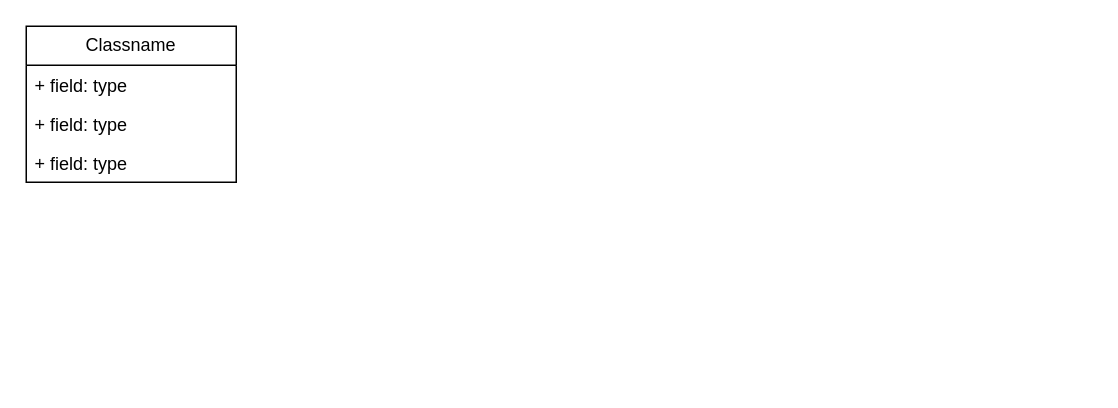
The draw.io diagram page "Diagrama de classes" (3 of 5) of TrabalhoEngenhariaSoftware.drawio in brunanoroes/Trabalho-eng-soft, before the edit. Source tidied: cells renumbered, new cells numbered last; positions are measured from the earlier drawing's top-left corner, leaving out a move shared by most shapes. Both pictures are drawn from the tidied source at 150%, with x=0, y=0 at pixel (26, 26).
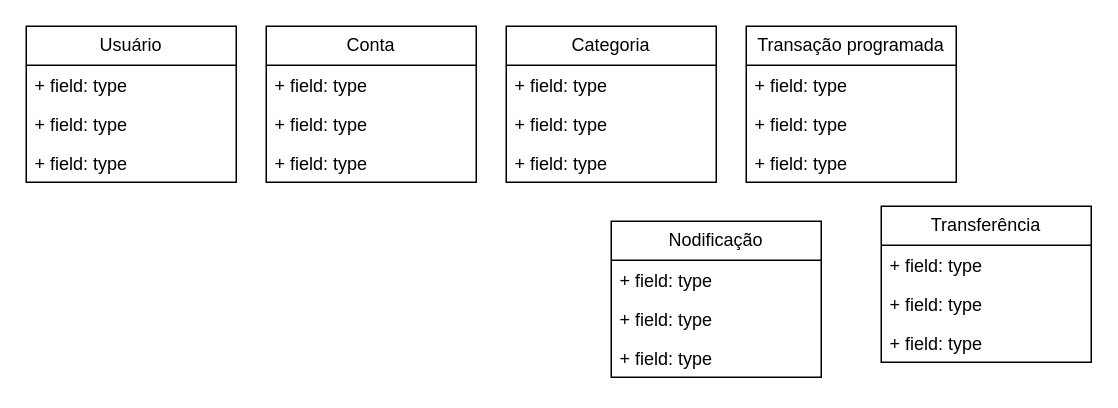
The same diagram, later.

Diff of the diagram source:
```diff
@@
-    <mxCell id="2" value="Classname" style="swimlane;fontStyle=0;horizontal=1;startSize=26;fillColor=none;whiteSpace=wrap;html=1;" parent="1" vertex="1">
+    <mxCell id="2" value="Usuário" style="swimlane;fontStyle=0;horizontal=1;startSize=26;fillColor=none;whiteSpace=wrap;html=1;" parent="1" vertex="1">
       <mxGeometry width="140" height="104" as="geometry" />
     </mxCell>
@@
+    <mxCell id="6" value="Conta" style="swimlane;fontStyle=0;horizontal=1;startSize=26;fillColor=none;whiteSpace=wrap;html=1;" parent="1" vertex="1">
+      <mxGeometry x="160" width="140" height="104" as="geometry" />
+    </mxCell>
+    <mxCell id="7" value="+ field: type" style="text;strokeColor=none;fillColor=none;align=left;verticalAlign=top;spacingLeft=4;spacingRight=4;overflow=hidden;whiteSpace=wrap;html=1;" parent="6" vertex="1">
+      <mxGeometry y="26" width="140" height="26" as="geometry" />
+    </mxCell>
+    <mxCell id="8" value="+ field: type" style="text;strokeColor=none;fillColor=none;align=left;verticalAlign=top;spacingLeft=4;spacingRight=4;overflow=hidden;whiteSpace=wrap;html=1;" parent="6" vertex="1">
+      <mxGeometry y="52" width="140" height="26" as="geometry" />
+    </mxCell>
+    <mxCell id="9" value="+ field: type" style="text;strokeColor=none;fillColor=none;align=left;verticalAlign=top;spacingLeft=4;spacingRight=4;overflow=hidden;whiteSpace=wrap;html=1;" parent="6" vertex="1">
+      <mxGeometry y="78" width="140" height="26" as="geometry" />
+    </mxCell>
+    <mxCell id="10" value="Categoria" style="swimlane;fontStyle=0;horizontal=1;startSize=26;fillColor=none;whiteSpace=wrap;html=1;" parent="1" vertex="1">
+      <mxGeometry x="320" width="140" height="104" as="geometry" />
+    </mxCell>
+    <mxCell id="11" value="+ field: type" style="text;strokeColor=none;fillColor=none;align=left;verticalAlign=top;spacingLeft=4;spacingRight=4;overflow=hidden;whiteSpace=wrap;html=1;" parent="10" vertex="1">
+      <mxGeometry y="26" width="140" height="26" as="geometry" />
+    </mxCell>
+    <mxCell id="12" value="+ field: type" style="text;strokeColor=none;fillColor=none;align=left;verticalAlign=top;spacingLeft=4;spacingRight=4;overflow=hidden;whiteSpace=wrap;html=1;" parent="10" vertex="1">
+      <mxGeometry y="52" width="140" height="26" as="geometry" />
+    </mxCell>
+    <mxCell id="13" value="+ field: type" style="text;strokeColor=none;fillColor=none;align=left;verticalAlign=top;spacingLeft=4;spacingRight=4;overflow=hidden;whiteSpace=wrap;html=1;" parent="10" vertex="1">
+      <mxGeometry y="78" width="140" height="26" as="geometry" />
+    </mxCell>
+    <mxCell id="14" value="Transação programada" style="swimlane;fontStyle=0;horizontal=1;startSize=26;fillColor=none;whiteSpace=wrap;html=1;" parent="1" vertex="1">
+      <mxGeometry x="480" width="140" height="104" as="geometry" />
+    </mxCell>
+    <mxCell id="15" value="+ field: type" style="text;strokeColor=none;fillColor=none;align=left;verticalAlign=top;spacingLeft=4;spacingRight=4;overflow=hidden;whiteSpace=wrap;html=1;" parent="14" vertex="1">
+      <mxGeometry y="26" width="140" height="26" as="geometry" />
+    </mxCell>
+    <mxCell id="16" value="+ field: type" style="text;strokeColor=none;fillColor=none;align=left;verticalAlign=top;spacingLeft=4;spacingRight=4;overflow=hidden;whiteSpace=wrap;html=1;" parent="14" vertex="1">
+      <mxGeometry y="52" width="140" height="26" as="geometry" />
+    </mxCell>
+    <mxCell id="17" value="+ field: type" style="text;strokeColor=none;fillColor=none;align=left;verticalAlign=top;spacingLeft=4;spacingRight=4;overflow=hidden;whiteSpace=wrap;html=1;" parent="14" vertex="1">
+      <mxGeometry y="78" width="140" height="26" as="geometry" />
+    </mxCell>
+    <mxCell id="18" value="Transferência" style="swimlane;fontStyle=0;horizontal=1;startSize=26;fillColor=none;whiteSpace=wrap;html=1;" parent="1" vertex="1">
+      <mxGeometry x="570" y="120" width="140" height="104" as="geometry" />
+    </mxCell>
+    <mxCell id="19" value="+ field: type" style="text;strokeColor=none;fillColor=none;align=left;verticalAlign=top;spacingLeft=4;spacingRight=4;overflow=hidden;whiteSpace=wrap;html=1;" parent="18" vertex="1">
+      <mxGeometry y="26" width="140" height="26" as="geometry" />
+    </mxCell>
+    <mxCell id="20" value="+ field: type" style="text;strokeColor=none;fillColor=none;align=left;verticalAlign=top;spacingLeft=4;spacingRight=4;overflow=hidden;whiteSpace=wrap;html=1;" parent="18" vertex="1">
+      <mxGeometry y="52" width="140" height="26" as="geometry" />
+    </mxCell>
+    <mxCell id="21" value="+ field: type" style="text;strokeColor=none;fillColor=none;align=left;verticalAlign=top;spacingLeft=4;spacingRight=4;overflow=hidden;whiteSpace=wrap;html=1;" parent="18" vertex="1">
+      <mxGeometry y="78" width="140" height="26" as="geometry" />
+    </mxCell>
+    <mxCell id="22" value="Nodificação" style="swimlane;fontStyle=0;horizontal=1;startSize=26;fillColor=none;whiteSpace=wrap;html=1;" parent="1" vertex="1">
+      <mxGeometry x="390" y="130" width="140" height="104" as="geometry" />
+    </mxCell>
+    <mxCell id="23" value="+ field: type" style="text;strokeColor=none;fillColor=none;align=left;verticalAlign=top;spacingLeft=4;spacingRight=4;overflow=hidden;whiteSpace=wrap;html=1;" parent="22" vertex="1">
+      <mxGeometry y="26" width="140" height="26" as="geometry" />
+    </mxCell>
+    <mxCell id="24" value="+ field: type" style="text;strokeColor=none;fillColor=none;align=left;verticalAlign=top;spacingLeft=4;spacingRight=4;overflow=hidden;whiteSpace=wrap;html=1;" parent="22" vertex="1">
+      <mxGeometry y="52" width="140" height="26" as="geometry" />
+    </mxCell>
+    <mxCell id="25" value="+ field: type" style="text;strokeColor=none;fillColor=none;align=left;verticalAlign=top;spacingLeft=4;spacingRight=4;overflow=hidden;whiteSpace=wrap;html=1;" parent="22" vertex="1">
+      <mxGeometry y="78" width="140" height="26" as="geometry" />
+    </mxCell>
```
